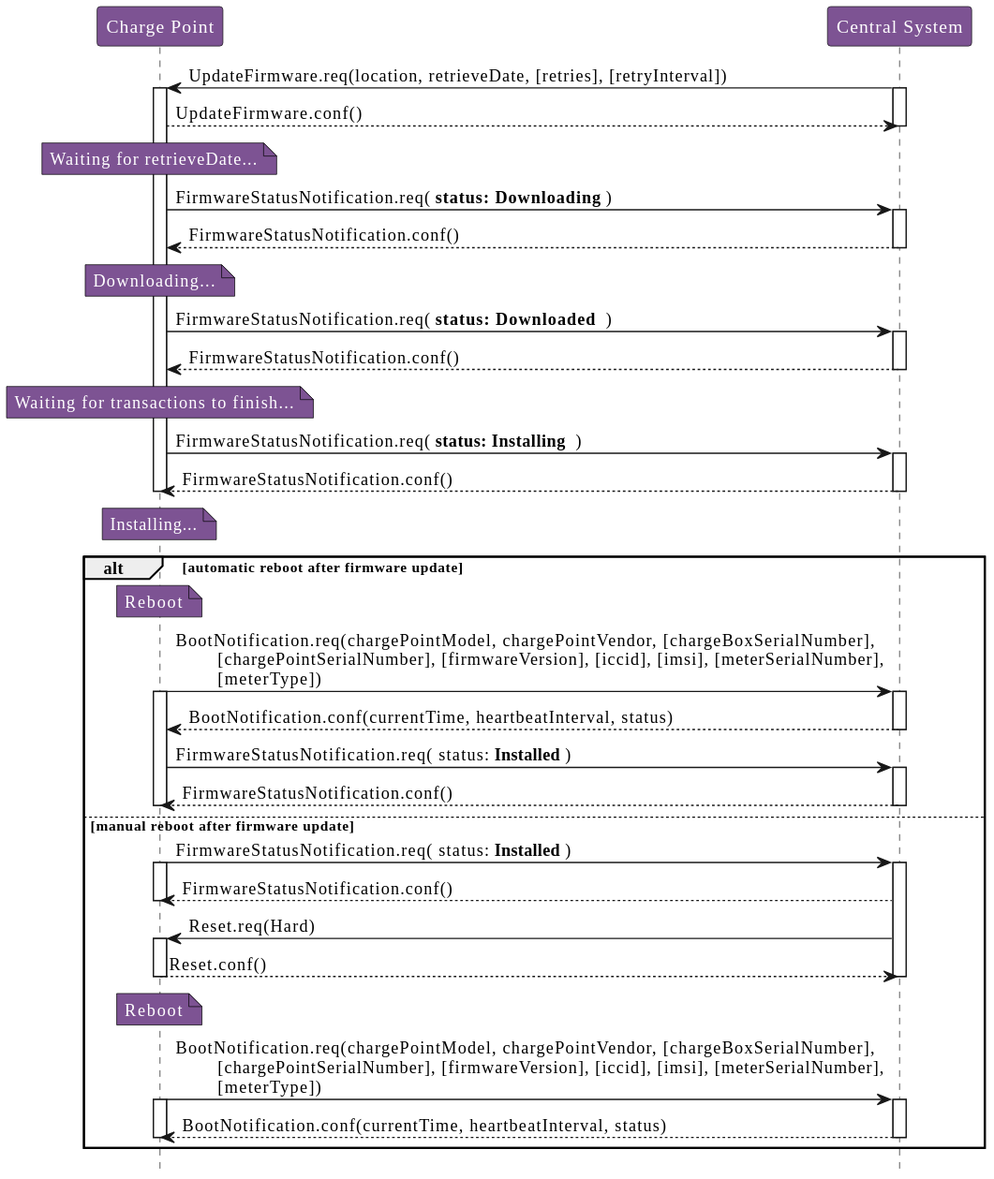
Before: OCPP_1.6_ko/images/figure_41.svg, a diagram exported from PlantUML (phoi5675/ocpp-markdown). The source it was exported from:
```plantuml
@startuml
!include style.puml

participant "Charge Point" as ChargePoint
participant "Central System" as CentralSystem

CentralSystem -> ChargePoint : UpdateFirmware.req(location, retrieveDate, [retries], [retryInterval])
activate ChargePoint
activate CentralSystem

ChargePoint --> CentralSystem : UpdateFirmware.conf()
deactivate CentralSystem

note over ChargePoint
  Waiting for retrieveDate...
end note

ChargePoint -> CentralSystem : FirmwareStatusNotification.req( **status: Downloading** )
activate CentralSystem

CentralSystem --> ChargePoint : FirmwareStatusNotification.conf()
deactivate CentralSystem

note over ChargePoint
  Downloading...
end note

ChargePoint -> CentralSystem : FirmwareStatusNotification.req( **status: Downloaded ** )
activate CentralSystem

CentralSystem --> ChargePoint : FirmwareStatusNotification.conf()
deactivate CentralSystem

note over ChargePoint
  Waiting for transactions to finish...
end note

ChargePoint -> CentralSystem : FirmwareStatusNotification.req( **status: Installing ** )
activate CentralSystem

CentralSystem --> ChargePoint : FirmwareStatusNotification.conf()
deactivate CentralSystem
deactivate ChargePoint

note over ChargePoint
  Installing...
end note

alt automatic reboot after firmware update
  note over ChargePoint
    Reboot
  end note

  ChargePoint -> CentralSystem :   BootNotification.req(chargePointModel, chargePointVendor, [chargeBoxSerialNumber],\n  \t[chargePointSerialNumber], [firmwareVersion], [iccid], [imsi], [meterSerialNumber],\n  \t[meterType])
  activate ChargePoint
  activate CentralSystem

  CentralSystem --> ChargePoint : BootNotification.conf(currentTime, heartbeatInterval, status)
  deactivate CentralSystem

  ChargePoint -> CentralSystem : FirmwareStatusNotification.req( status: **Installed** )
  activate CentralSystem

  CentralSystem --> ChargePoint : FirmwareStatusNotification.conf()
  deactivate CentralSystem
  deactivate ChargePoint
else manual reboot after firmware update
  ChargePoint -> CentralSystem : FirmwareStatusNotification.req( status: **Installed** )
  activate ChargePoint
  activate CentralSystem

  CentralSystem --> ChargePoint : FirmwareStatusNotification.conf()
  deactivate ChargePoint

  CentralSystem -> ChargePoint : Reset.req(Hard)
  activate ChargePoint

  ChargePoint --> CentralSystem : Reset.conf()
  deactivate ChargePoint
  deactivate CentralSystem

  note over ChargePoint
    Reboot
  end note

  ChargePoint -> CentralSystem :     BootNotification.req(chargePointModel, chargePointVendor, [chargeBoxSerialNumber],\n    \t[chargePointSerialNumber], [firmwareVersion], [iccid], [imsi], [meterSerialNumber],\n    \t[meterType])
  activate ChargePoint
  activate CentralSystem

  CentralSystem --> ChargePoint : BootNotification.conf(currentTime, heartbeatInterval, status)
  deactivate ChargePoint
  deactivate CentralSystem
end
@enduml
```
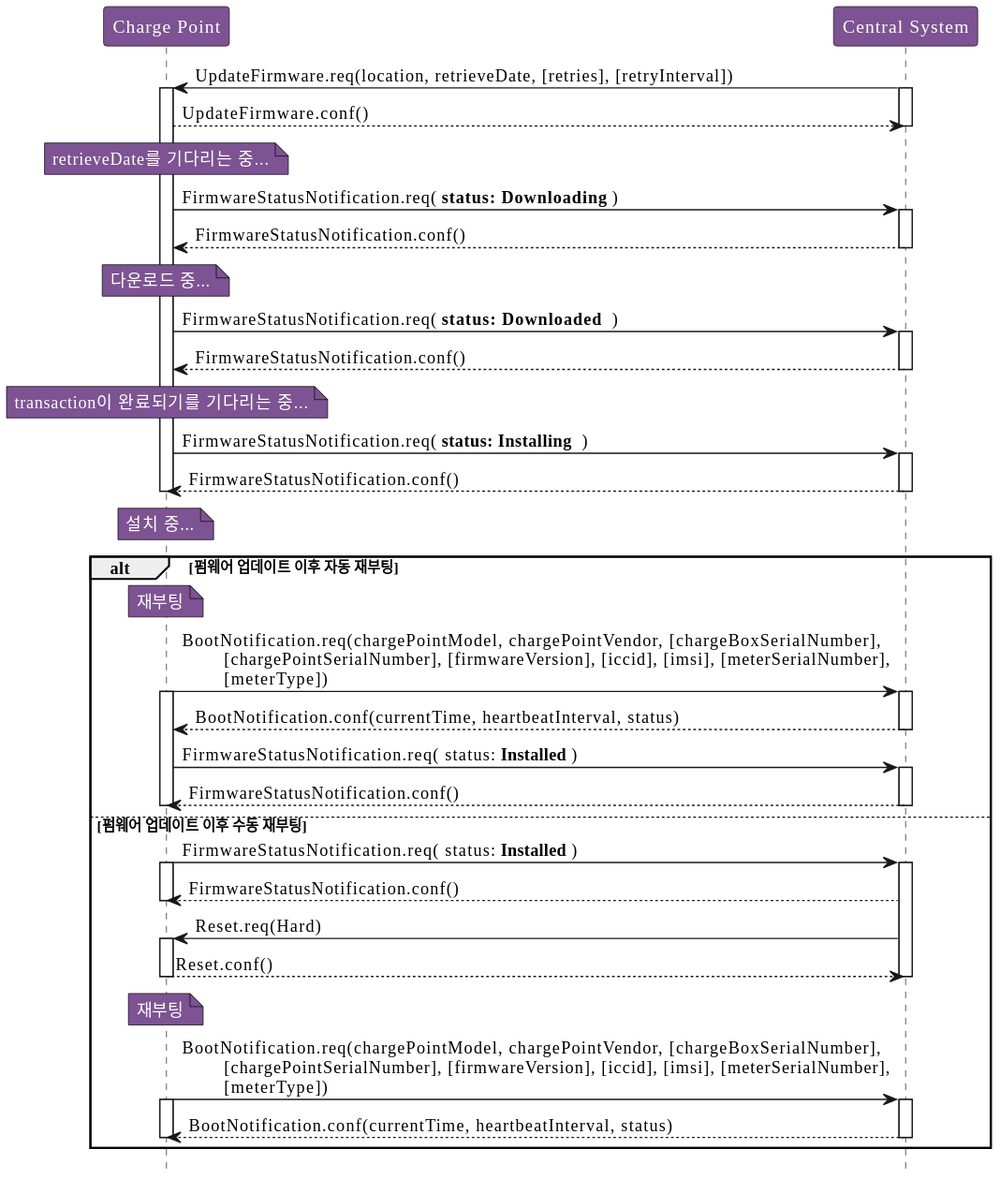
After the change.

Diff of the diagram source:
```diff
@@ -12,7 +12,7 @@
 deactivate CentralSystem
 
 note over ChargePoint
-  Waiting for retrieveDate...
+  retrieveDate를 기다리는 중...
 end note
 
 ChargePoint -> CentralSystem : FirmwareStatusNotification.req( **status: Downloading** )
@@ -22,7 +22,7 @@
 deactivate CentralSystem
 
 note over ChargePoint
-  Downloading...
+  다운로드 중...
 end note
 
 ChargePoint -> CentralSystem : FirmwareStatusNotification.req( **status: Downloaded ** )
@@ -32,7 +32,7 @@
 deactivate CentralSystem
 
 note over ChargePoint
-  Waiting for transactions to finish...
+  transaction이 완료되기를 기다리는 중...
 end note
 
 ChargePoint -> CentralSystem : FirmwareStatusNotification.req( **status: Installing ** )
@@ -43,12 +43,12 @@
 deactivate ChargePoint
 
 note over ChargePoint
-  Installing...
+  설치 중...
 end note
 
-alt automatic reboot after firmware update
+alt 펌웨어 업데이트 이후 자동 재부팅
   note over ChargePoint
-    Reboot
+    재부팅
   end note
 
   ChargePoint -> CentralSystem :   BootNotification.req(chargePointModel, chargePointVendor, [chargeBoxSerialNumber],\n  \t[chargePointSerialNumber], [firmwareVersion], [iccid], [imsi], [meterSerialNumber],\n  \t[meterType])
@@ -64,7 +64,7 @@
   CentralSystem --> ChargePoint : FirmwareStatusNotification.conf()
   deactivate CentralSystem
   deactivate ChargePoint
-else manual reboot after firmware update
+else 펌웨어 업데이트 이후 수동 재부팅
   ChargePoint -> CentralSystem : FirmwareStatusNotification.req( status: **Installed** )
   activate ChargePoint
   activate CentralSystem
@@ -80,7 +80,7 @@
   deactivate CentralSystem
 
   note over ChargePoint
-    Reboot
+    재부팅
   end note
 
   ChargePoint -> CentralSystem :     BootNotification.req(chargePointModel, chargePointVendor, [chargeBoxSerialNumber],\n    \t[chargePointSerialNumber], [firmwareVersion], [iccid], [imsi], [meterSerialNumber],\n    \t[meterType])
```
